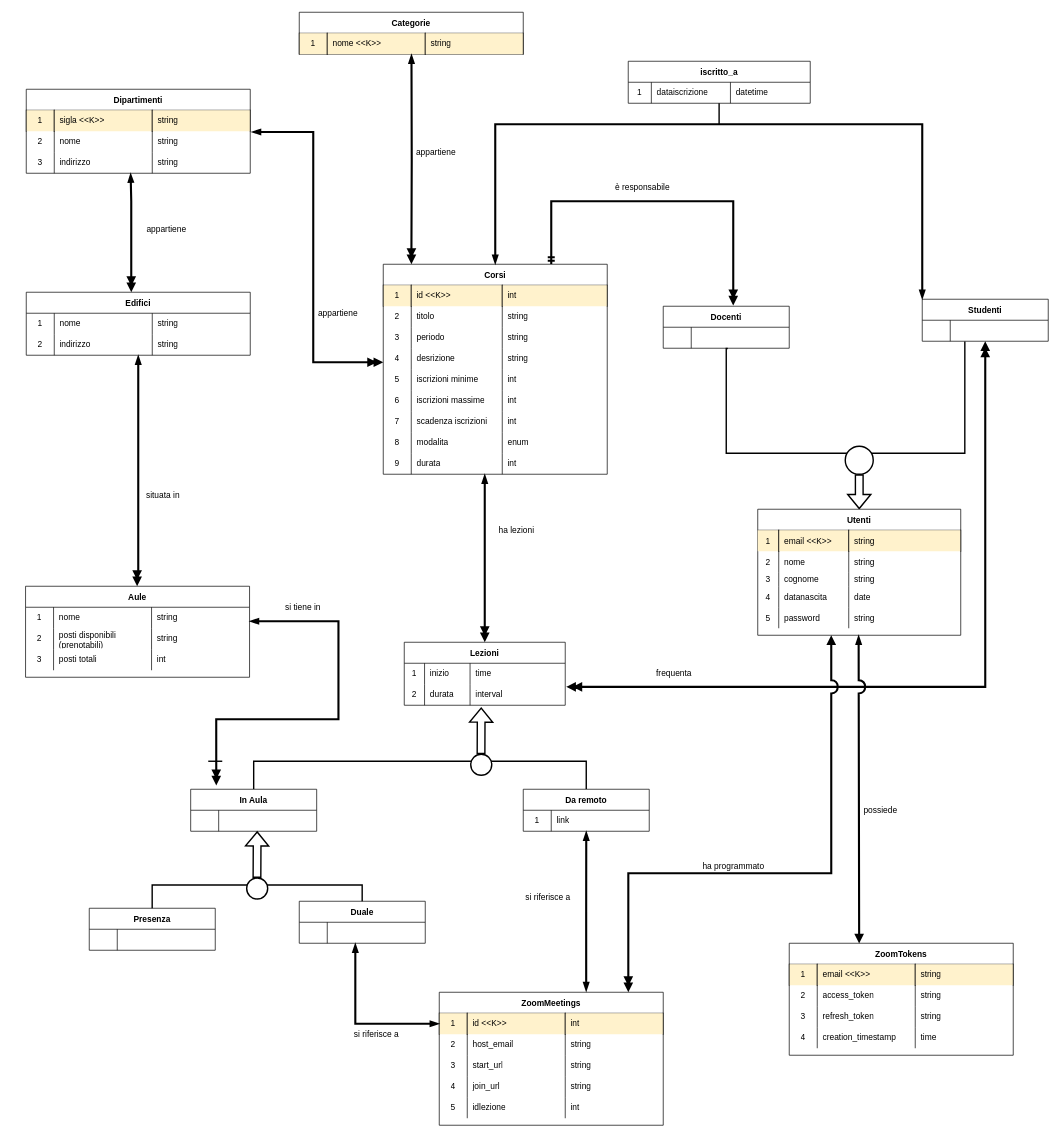
Earlier version of the draw.io diagram docs/SchemaOggetti.drawio (nicolamarizza/DbProject). Source tidied: cells renumbered, new cells numbered last; positions are measured from the earlier drawing's top-left corner, leaving out a move shared by most shapes. Both pictures are drawn from the tidied source at 70%, with x=0, y=0 at pixel (25, 12).
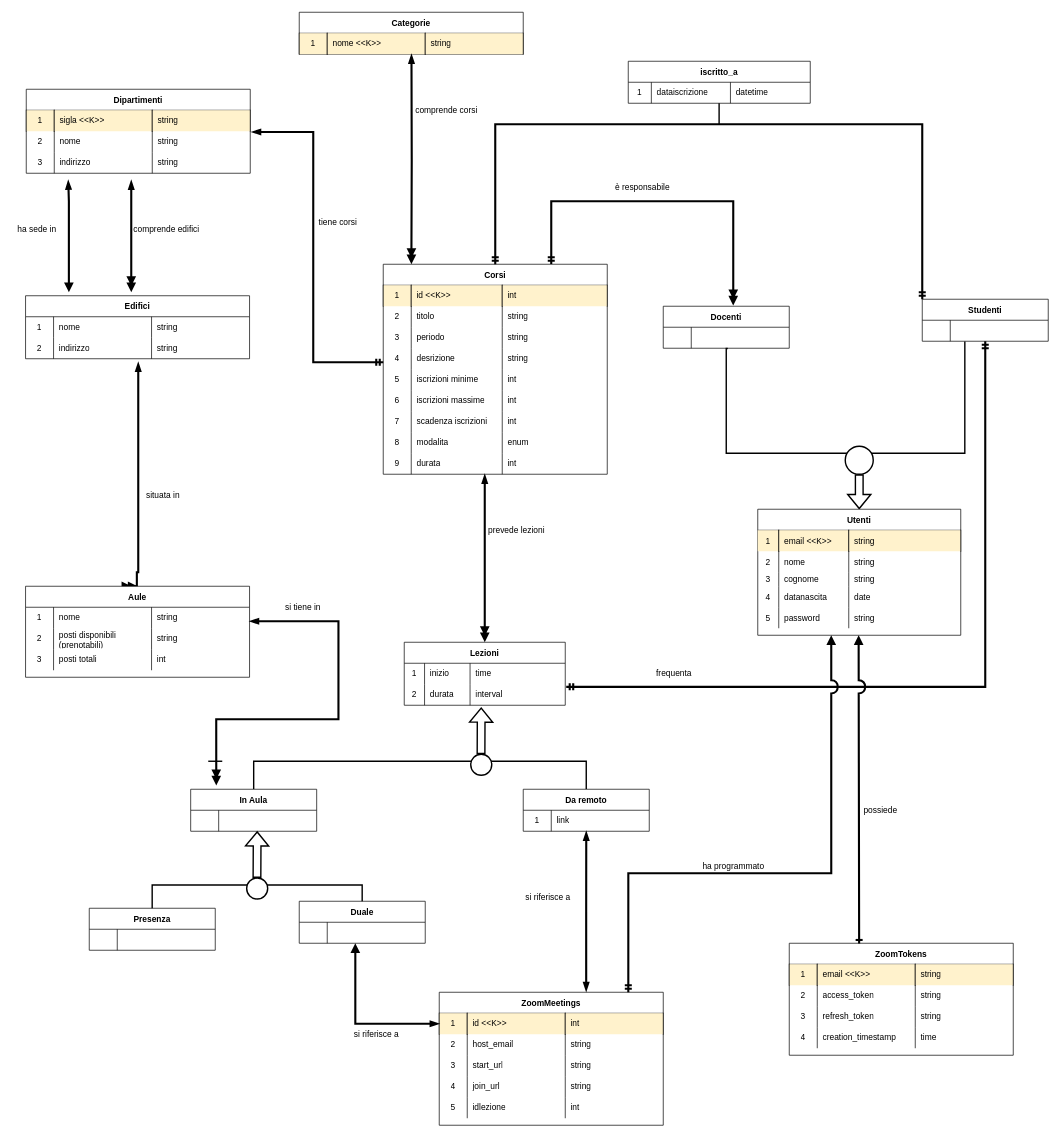
After the change.

Unchanged cells that the change refers to:
```xml
<mxCell id="8" value="Studenti" style="shape=table;startSize=30;childLayout=tableLayout;rowLines=0;fontStyle=1;" parent="1" vertex="1">
  <mxGeometry x="1281" y="410" width="180" height="60" as="geometry" />
</mxCell>
<mxCell id="22" style="shape=tableRow;horizontal=0;startSize=0;swimlaneHead=0;swimlaneBody=0;top=0;left=0;bottom=0;right=0;fillColor=none;points=[[0,0.5],[1,0.5]];portConstraint=eastwest;" parent="17" vertex="1">
  <mxGeometry y="60" width="230" height="30" as="geometry" />
</mxCell>
<mxCell id="26" value="Corsi" style="shape=table;startSize=30;childLayout=tableLayout;rowLines=0;fontStyle=1;" parent="1" vertex="1">
  <mxGeometry x="511" y="360" width="320" height="300" as="geometry" />
</mxCell>
<mxCell id="39" style="shape=tableRow;horizontal=0;startSize=0;swimlaneHead=0;swimlaneBody=0;top=0;left=0;bottom=0;right=0;fillColor=none;points=[[0,0.5],[1,0.5]];portConstraint=eastwest;" parent="26" vertex="1">
  <mxGeometry y="120" width="320" height="30" as="geometry" />
</mxCell>
<mxCell id="64" value="Aule" style="shape=table;startSize=30;childLayout=tableLayout;rowLines=0;fontStyle=1;" parent="1" vertex="1">
  <mxGeometry y="820" width="320" height="130" as="geometry" />
</mxCell>
<mxCell id="127" style="shape=tableRow;horizontal=0;startSize=0;swimlaneHead=0;swimlaneBody=0;top=0;left=0;bottom=0;right=0;fillColor=none;points=[[0,0.5],[1,0.5]];portConstraint=eastwest;" parent="122" vertex="1">
  <mxGeometry y="60" width="320" height="30" as="geometry" />
</mxCell>
<mxCell id="131" style="shape=tableRow;horizontal=0;startSize=0;swimlaneHead=0;swimlaneBody=0;top=0;left=0;bottom=0;right=0;fillColor=none;points=[[0,0.5],[1,0.5]];portConstraint=eastwest;" parent="122" vertex="1">
  <mxGeometry y="90" width="320" height="30" as="geometry" />
</mxCell>
<mxCell id="145" value="ZoomTokens" style="shape=table;startSize=30;childLayout=tableLayout;rowLines=0;fontStyle=1;" parent="1" vertex="1">
  <mxGeometry x="1091" y="1330" width="320" height="160" as="geometry" />
</mxCell>
<mxCell id="162" value="ZoomMeetings" style="shape=table;startSize=30;childLayout=tableLayout;rowLines=0;fontStyle=1;" parent="1" vertex="1">
  <mxGeometry x="591" y="1400" width="320" height="190" as="geometry" />
</mxCell>
<mxCell id="163" style="shape=tableRow;horizontal=0;startSize=0;swimlaneHead=0;swimlaneBody=0;top=0;left=0;bottom=0;right=0;fillColor=none;points=[[0,0.5],[1,0.5]];portConstraint=eastwest;" parent="162" vertex="1">
  <mxGeometry y="30" width="320" height="30" as="geometry" />
</mxCell>
```

Change to the diagram source:
```diff
@@
-    <mxCell id="7" style="edgeStyle=orthogonalEdgeStyle;rounded=0;jettySize=auto;html=1;exitX=0.5;exitY=1;exitDx=0;exitDy=0;startArrow=doubleBlock;startFill=1;endArrow=doubleBlock;endFill=1;strokeWidth=3;entryX=1.006;entryY=0.123;entryDx=0;entryDy=0;entryPerimeter=0;" parent="1" edge="1" source="8" target="22">
+    <mxCell id="7" style="edgeStyle=orthogonalEdgeStyle;rounded=0;jettySize=auto;html=1;exitX=0.5;exitY=1;exitDx=0;exitDy=0;startArrow=ERmandOne;startFill=0;endArrow=ERmandOne;endFill=0;strokeWidth=3;entryX=1.006;entryY=0.123;entryDx=0;entryDy=0;entryPerimeter=0;" parent="1" edge="1" source="8" target="22">
       <mxGeometry relative="1" as="geometry">
         <Array as="points">
           <mxPoint x="1371" y="964" />
         </Array>
       </mxGeometry>
     </mxCell>
@@
-    <mxCell id="63" style="edgeStyle=orthogonalEdgeStyle;rounded=0;jettySize=auto;html=1;entryX=0.5;entryY=1;entryDx=0;entryDy=0;startArrow=doubleBlock;startFill=1;endArrow=blockThin;endFill=1;strokeWidth=3;exitX=0.498;exitY=-0.001;exitDx=0;exitDy=0;exitPerimeter=0;" parent="1" edge="1" source="64" target="77">
+    <mxCell id="63" style="edgeStyle=orthogonalEdgeStyle;rounded=0;jettySize=auto;html=1;startArrow=doubleBlock;startFill=1;endArrow=blockThin;endFill=1;strokeWidth=3;exitX=0.5;exitY=0;exitDx=0;exitDy=0;" parent="1" edge="1" source="64">
       <mxGeometry relative="1" as="geometry">
+        <mxPoint x="161" y="500" as="targetPoint" />
         <Array as="points">
+          <mxPoint x="159" y="820" />
           <mxPoint x="159" y="800" />
           <mxPoint x="161" y="800" />
         </Array>
       </mxGeometry>
     </mxCell>
@@
     <mxCell id="77" value="Edifici" style="shape=table;startSize=30;childLayout=tableLayout;rowLines=0;fontStyle=1;" parent="1" vertex="1">
-      <mxGeometry x="1" y="400" width="320" height="90" as="geometry" />
+      <mxGeometry y="405" width="320" height="90" as="geometry" />
     </mxCell>
@@
-    <mxCell id="86" style="edgeStyle=orthogonalEdgeStyle;rounded=0;jettySize=auto;html=1;exitX=0.5;exitY=0;exitDx=0;exitDy=0;entryX=0;entryY=0;entryDx=0;entryDy=0;startArrow=blockThin;startFill=1;endArrow=blockThin;endFill=1;strokeWidth=3;" parent="1" edge="1" source="26" target="8">
+    <mxCell id="86" style="edgeStyle=orthogonalEdgeStyle;rounded=0;jettySize=auto;html=1;exitX=0.5;exitY=0;exitDx=0;exitDy=0;entryX=0;entryY=0;entryDx=0;entryDy=0;startArrow=ERmandOne;startFill=0;endArrow=ERmandOne;endFill=0;strokeWidth=3;" parent="1" edge="1" source="26" target="8">
       <mxGeometry relative="1" as="geometry">
         <Array as="points">
           <mxPoint x="671" y="160" />
           <mxPoint x="1281" y="160" />
         </Array>
       </mxGeometry>
     </mxCell>
@@
-    <mxCell id="100" value="ha lezioni" style="text;html=1;align=center;verticalAlign=middle;strokeColor=none;fillColor=none;" parent="1" vertex="1">
-      <mxGeometry x="666" y="730" width="70" height="20" as="geometry" />
+    <mxCell id="100" value="prevede lezioni" style="text;html=1;align=center;verticalAlign=middle;strokeColor=none;fillColor=none;" parent="1" vertex="1">
+      <mxGeometry x="651" y="730" width="100" height="20" as="geometry" />
     </mxCell>
@@
-    <mxCell id="135" style="edgeStyle=orthogonalEdgeStyle;rounded=0;jettySize=auto;html=1;startArrow=doubleBlock;startFill=1;endArrow=blockThin;endFill=1;strokeWidth=3;entryX=0.466;entryY=1;entryDx=0;entryDy=0;entryPerimeter=0;" parent="1" edge="1" target="131">
+    <mxCell id="135" style="edgeStyle=orthogonalEdgeStyle;rounded=0;orthogonalLoop=1;jettySize=auto;html=1;startArrow=doubleBlock;startFill=1;endArrow=blockThin;endFill=1;strokeWidth=3;" parent="1" edge="1">
       <mxGeometry relative="1" as="geometry">
         <mxPoint x="151" y="400" as="sourcePoint" />
+        <mxPoint x="151" y="240" as="targetPoint" />
         <Array as="points">
-          <mxPoint x="151" y="270" />
-          <mxPoint x="150" y="270" />
+          <mxPoint x="151" y="260" />
+          <mxPoint x="151" y="260" />
         </Array>
       </mxGeometry>
     </mxCell>
-    <mxCell id="136" value="appartiene" style="text;html=1;align=center;verticalAlign=middle;strokeColor=none;fillColor=none;" parent="1" vertex="1">
-      <mxGeometry x="166" y="300" width="70" height="20" as="geometry" />
+    <mxCell id="136" value="comprende edifici" style="text;html=1;align=center;verticalAlign=middle;strokeColor=none;fillColor=none;" parent="1" vertex="1">
+      <mxGeometry x="146" y="300" width="110" height="20" as="geometry" />
     </mxCell>
@@
-    <mxCell id="143" value="appartiene" style="text;html=1;align=center;verticalAlign=middle;strokeColor=none;fillColor=none;" parent="1" vertex="1">
-      <mxGeometry x="551" y="190" width="70" height="20" as="geometry" />
+    <mxCell id="143" value="comprende corsi" style="text;html=1;align=center;verticalAlign=middle;strokeColor=none;fillColor=none;" parent="1" vertex="1">
+      <mxGeometry x="551" y="130" width="100" height="20" as="geometry" />
     </mxCell>
@@
-    <mxCell id="183" style="edgeStyle=orthogonalEdgeStyle;rounded=0;jettySize=auto;html=1;exitX=0.312;exitY=0.002;exitDx=0;exitDy=0;startArrow=block;startFill=1;endArrow=blockThin;endFill=1;strokeWidth=3;exitPerimeter=0;jumpStyle=arc;jumpSize=15;" parent="1" edge="1" source="145">
+    <mxCell id="183" style="edgeStyle=orthogonalEdgeStyle;rounded=0;jettySize=auto;html=1;exitX=0.312;exitY=0.002;exitDx=0;exitDy=0;startArrow=ERone;startFill=0;endArrow=block;endFill=1;strokeWidth=3;exitPerimeter=0;jumpStyle=arc;jumpSize=15;" parent="1" edge="1" source="145">
       <mxGeometry relative="1" as="geometry">
         <mxPoint x="1190.1" y="890" as="targetPoint" />
         <Array as="points">
           <mxPoint x="1191" y="1110" />
           <mxPoint x="1190" y="1110" />
         </Array>
       </mxGeometry>
     </mxCell>
@@
-    <mxCell id="185" style="edgeStyle=orthogonalEdgeStyle;rounded=0;jettySize=auto;html=1;startArrow=doubleBlock;startFill=1;endArrow=block;endFill=1;strokeWidth=3;exitX=0.844;exitY=0;exitDx=0;exitDy=0;exitPerimeter=0;jumpStyle=arc;jumpSize=15;" parent="1" edge="1" source="162">
+    <mxCell id="185" style="edgeStyle=orthogonalEdgeStyle;rounded=0;jettySize=auto;html=1;startArrow=ERmandOne;startFill=0;endArrow=block;endFill=1;strokeWidth=3;exitX=0.844;exitY=0;exitDx=0;exitDy=0;exitPerimeter=0;jumpStyle=arc;jumpSize=15;" parent="1" edge="1" source="162">
       <mxGeometry relative="1" as="geometry">
         <mxPoint x="1151" y="890" as="targetPoint" />
         <Array as="points">
           <mxPoint x="861" y="1230" />
           <mxPoint x="1151" y="1230" />
         </Array>
       </mxGeometry>
     </mxCell>
@@
-    <mxCell id="200" style="edgeStyle=orthogonalEdgeStyle;rounded=0;jettySize=auto;html=1;startArrow=blockThin;startFill=1;endArrow=blockThin;endFill=1;strokeWidth=3;entryX=0.5;entryY=1;entryDx=0;entryDy=0;entryPerimeter=0;exitX=0;exitY=0.5;exitDx=0;exitDy=0;" parent="1" edge="1" source="163">
+    <mxCell id="200" style="edgeStyle=orthogonalEdgeStyle;rounded=0;jettySize=auto;html=1;startArrow=blockThin;startFill=1;endArrow=block;endFill=1;strokeWidth=3;entryX=0.5;entryY=1;entryDx=0;entryDy=0;entryPerimeter=0;exitX=0;exitY=0.5;exitDx=0;exitDy=0;" parent="1" edge="1" source="163">
       <mxGeometry relative="1" as="geometry">
         <mxPoint x="471.1" y="1330" as="targetPoint" />
         <Array as="points">
           <mxPoint x="471" y="1445" />
         </Array>
       </mxGeometry>
     </mxCell>
@@
-    <mxCell id="210" style="edgeStyle=orthogonalEdgeStyle;rounded=0;jettySize=auto;html=1;startArrow=doubleBlock;startFill=1;endArrow=blockThin;endFill=1;strokeWidth=3;entryX=1.006;entryY=0.033;entryDx=0;entryDy=0;entryPerimeter=0;" parent="1" edge="1" source="39" target="127">
+    <mxCell id="210" style="edgeStyle=orthogonalEdgeStyle;rounded=0;jettySize=auto;html=1;startArrow=ERmandOne;startFill=0;endArrow=blockThin;endFill=1;strokeWidth=3;entryX=1.006;entryY=0.033;entryDx=0;entryDy=0;entryPerimeter=0;" parent="1" edge="1" source="39" target="127">
       <mxGeometry relative="1" as="geometry">
         <Array as="points">
           <mxPoint x="411" y="500" />
           <mxPoint x="411" y="171" />
         </Array>
       </mxGeometry>
     </mxCell>
-    <mxCell id="211" value="appartiene" style="text;html=1;align=center;verticalAlign=middle;strokeColor=none;fillColor=none;" parent="1" vertex="1">
-      <mxGeometry x="411" y="420" width="70" height="20" as="geometry" />
+    <mxCell id="211" value="tiene corsi" style="text;html=1;align=center;verticalAlign=middle;strokeColor=none;fillColor=none;" parent="1" vertex="1">
+      <mxGeometry x="411" y="290" width="70" height="20" as="geometry" />
     </mxCell>
+    <mxCell id="212" style="edgeStyle=orthogonalEdgeStyle;rounded=0;orthogonalLoop=1;jettySize=auto;html=1;startArrow=block;startFill=1;endArrow=blockThin;endFill=1;strokeWidth=3;" parent="1" edge="1">
+      <mxGeometry relative="1" as="geometry">
+        <mxPoint x="61.9" y="400" as="sourcePoint" />
+        <mxPoint x="61" y="240" as="targetPoint" />
+        <Array as="points">
+          <mxPoint x="61.9" y="270" />
+          <mxPoint x="60.9" y="270" />
+        </Array>
+      </mxGeometry>
+    </mxCell>
+    <mxCell id="213" value="ha sede in" style="text;html=1;align=center;verticalAlign=middle;strokeColor=none;fillColor=none;" parent="1" vertex="1">
+      <mxGeometry x="-19" y="300" width="70" height="20" as="geometry" />
+    </mxCell>
```
